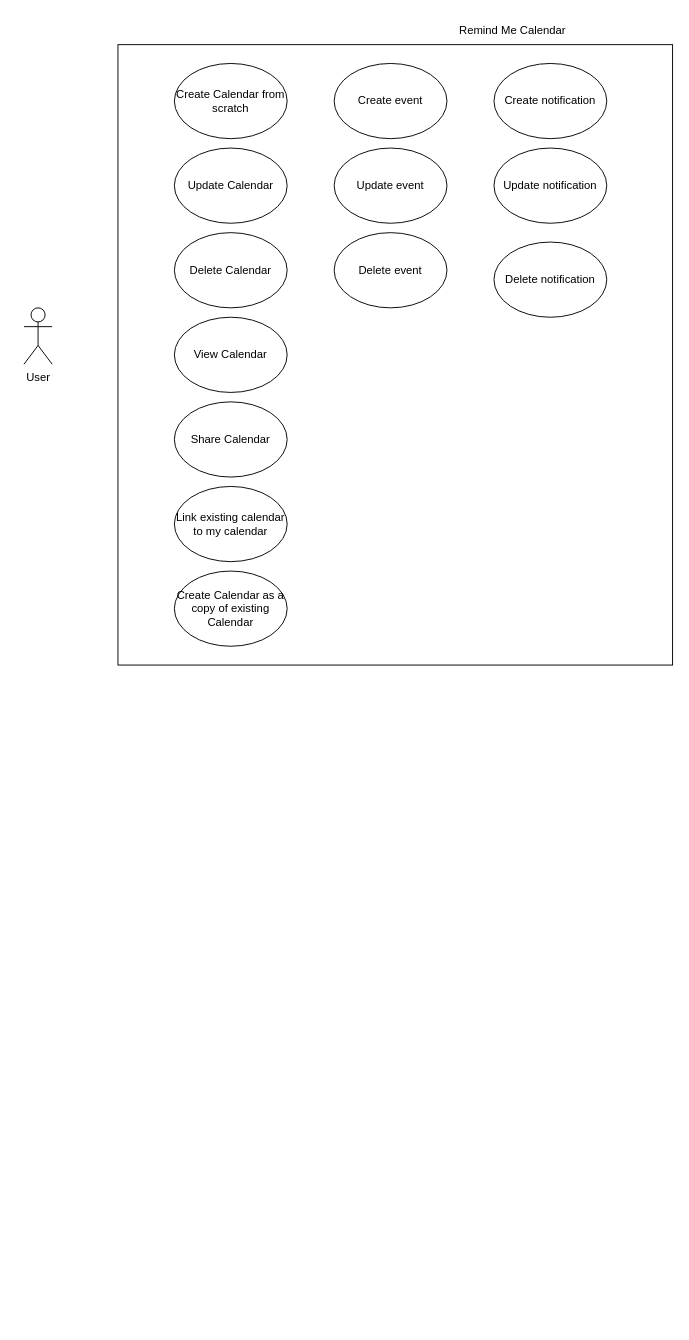
This is RemindMeCalendar.drawio from Jos1k/RemindMeCalendar.Diagrams, a draw.io file, before an edit. Source tidied: cells renumbered, new cells numbered last; positions are measured from the earlier drawing's top-left corner, leaving out a move shared by most shapes. Both pictures are drawn from the tidied source at 94%, with x=0, y=0 at pixel (24, 16).
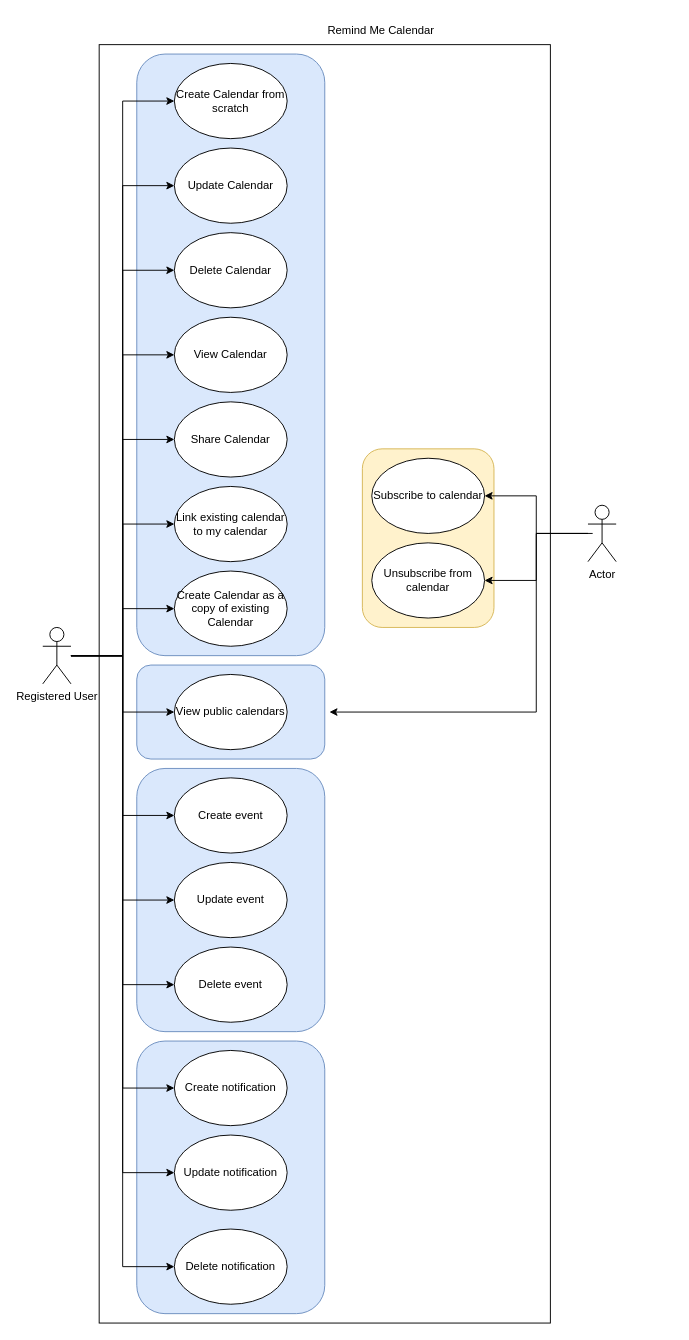
The same page after the edit.

Commit message:
Update Use Case

The change refers to these unchanged cells:
```xml
<mxCell id="5" value="Create Calendar from scratch" style="ellipse;whiteSpace=wrap;html=1;" parent="1" vertex="1">
  <mxGeometry x="160" y="50" width="120" height="80" as="geometry" />
</mxCell>
<mxCell id="6" value="Update Calendar" style="ellipse;whiteSpace=wrap;html=1;" parent="1" vertex="1">
  <mxGeometry x="160" y="140" width="120" height="80" as="geometry" />
</mxCell>
<mxCell id="8" value="View Calendar" style="ellipse;whiteSpace=wrap;html=1;" parent="1" vertex="1">
  <mxGeometry x="160" y="320" width="120" height="80" as="geometry" />
</mxCell>
<mxCell id="9" value="Delete Calendar" style="ellipse;whiteSpace=wrap;html=1;" parent="1" vertex="1">
  <mxGeometry x="160" y="230" width="120" height="80" as="geometry" />
</mxCell>
<mxCell id="10" value="Share Calendar" style="ellipse;whiteSpace=wrap;html=1;" parent="1" vertex="1">
  <mxGeometry x="160" y="410" width="120" height="80" as="geometry" />
</mxCell>
<mxCell id="11" value="Create Calendar as a copy of existing Calendar" style="ellipse;whiteSpace=wrap;html=1;" parent="1" vertex="1">
  <mxGeometry x="160" y="590" width="120" height="80" as="geometry" />
</mxCell>
<mxCell id="12" value="Link existing calendar to my calendar" style="ellipse;whiteSpace=wrap;html=1;" parent="1" vertex="1">
  <mxGeometry x="160" y="500" width="120" height="80" as="geometry" />
</mxCell>
```

Diff of the diagram source:
```diff
@@
+    <mxCell id="3" style="rounded=0;whiteSpace=wrap;html=1;" parent="1" vertex="1">
+      <mxGeometry x="80" y="30" width="480" height="1360" as="geometry" />
+    </mxCell>
+    <mxCell id="18" style="rounded=1;whiteSpace=wrap;html=1;fillColor=#dae8fc;strokeColor=#6c8ebf;" parent="1" vertex="1">
+      <mxGeometry x="120" y="690" width="200" height="100" as="geometry" />
+    </mxCell>
+    <mxCell id="19" style="rounded=1;whiteSpace=wrap;html=1;fillColor=#fff2cc;strokeColor=#d6b656;" parent="1" vertex="1">
+      <mxGeometry x="360" y="460" width="140" height="190" as="geometry" />
+    </mxCell>
+    <mxCell id="20" style="rounded=1;whiteSpace=wrap;html=1;fillColor=#dae8fc;strokeColor=#6c8ebf;" parent="1" vertex="1">
+      <mxGeometry x="120" y="1090" width="200" height="290" as="geometry" />
+    </mxCell>
+    <mxCell id="21" style="rounded=1;whiteSpace=wrap;html=1;fillColor=#dae8fc;strokeColor=#6c8ebf;" parent="1" vertex="1">
+      <mxGeometry x="120" y="800" width="200" height="280" as="geometry" />
+    </mxCell>
+    <mxCell id="22" style="rounded=1;whiteSpace=wrap;html=1;fillColor=#dae8fc;strokeColor=#6c8ebf;" parent="1" vertex="1">
+      <mxGeometry x="120" y="40" width="200" height="640" as="geometry" />
+    </mxCell>
+    <mxCell id="23" style="edgeStyle=orthogonalEdgeStyle;rounded=0;jettySize=auto;html=1;entryX=0;entryY=0.5;entryDx=0;entryDy=0;" parent="1" edge="1" source="2" target="6">
+      <mxGeometry relative="1" as="geometry" />
+    </mxCell>
+    <mxCell id="24" style="edgeStyle=orthogonalEdgeStyle;rounded=0;jettySize=auto;html=1;entryX=0;entryY=0.5;entryDx=0;entryDy=0;" parent="1" edge="1" source="2" target="9">
+      <mxGeometry relative="1" as="geometry" />
+    </mxCell>
+    <mxCell id="25" style="edgeStyle=orthogonalEdgeStyle;rounded=0;jettySize=auto;html=1;entryX=0;entryY=0.5;entryDx=0;entryDy=0;" parent="1" edge="1" source="2" target="8">
+      <mxGeometry relative="1" as="geometry" />
+    </mxCell>
+    <mxCell id="26" style="edgeStyle=orthogonalEdgeStyle;rounded=0;jettySize=auto;html=1;entryX=0;entryY=0.5;entryDx=0;entryDy=0;" parent="1" edge="1" source="2" target="10">
+      <mxGeometry relative="1" as="geometry" />
+    </mxCell>
+    <mxCell id="27" style="edgeStyle=orthogonalEdgeStyle;rounded=0;jettySize=auto;html=1;entryX=0;entryY=0.5;entryDx=0;entryDy=0;" parent="1" edge="1" source="2" target="12">
+      <mxGeometry relative="1" as="geometry" />
+    </mxCell>
+    <mxCell id="28" style="edgeStyle=orthogonalEdgeStyle;rounded=0;jettySize=auto;html=1;entryX=0;entryY=0.5;entryDx=0;entryDy=0;" parent="1" edge="1" source="2" target="11">
+      <mxGeometry relative="1" as="geometry" />
+    </mxCell>
+    <mxCell id="29" style="edgeStyle=orthogonalEdgeStyle;rounded=0;jettySize=auto;html=1;entryX=0;entryY=0.5;entryDx=0;entryDy=0;" parent="1" edge="1" source="2" target="13">
+      <mxGeometry relative="1" as="geometry" />
+    </mxCell>
+    <mxCell id="30" style="edgeStyle=orthogonalEdgeStyle;rounded=0;jettySize=auto;html=1;entryX=0;entryY=0.5;entryDx=0;entryDy=0;" parent="1" edge="1" source="2" target="14">
+      <mxGeometry relative="1" as="geometry" />
+    </mxCell>
+    <mxCell id="31" style="edgeStyle=orthogonalEdgeStyle;rounded=0;jettySize=auto;html=1;entryX=0;entryY=0.5;entryDx=0;entryDy=0;" parent="1" edge="1" source="2" target="15">
+      <mxGeometry relative="1" as="geometry" />
+    </mxCell>
+    <mxCell id="32" style="edgeStyle=orthogonalEdgeStyle;rounded=0;jettySize=auto;html=1;entryX=0;entryY=0.5;entryDx=0;entryDy=0;" parent="1" edge="1" source="2" target="7">
+      <mxGeometry relative="1" as="geometry" />
+    </mxCell>
+    <mxCell id="33" style="edgeStyle=orthogonalEdgeStyle;rounded=0;jettySize=auto;html=1;entryX=0;entryY=0.5;entryDx=0;entryDy=0;" parent="1" edge="1" source="2" target="5">
+      <mxGeometry relative="1" as="geometry" />
+    </mxCell>
+    <mxCell id="34" style="edgeStyle=orthogonalEdgeStyle;rounded=0;jettySize=auto;html=1;entryX=0;entryY=0.5;entryDx=0;entryDy=0;" parent="1" edge="1" source="2" target="16">
+      <mxGeometry relative="1" as="geometry" />
+    </mxCell>
+    <mxCell id="35" style="edgeStyle=orthogonalEdgeStyle;rounded=0;jettySize=auto;html=1;entryX=0;entryY=0.5;entryDx=0;entryDy=0;" parent="1" edge="1" source="2" target="17">
+      <mxGeometry relative="1" as="geometry" />
+    </mxCell>
+    <mxCell id="36" style="edgeStyle=orthogonalEdgeStyle;rounded=0;jettySize=auto;html=1;" parent="1" edge="1" source="2" target="43">
+      <mxGeometry relative="1" as="geometry" />
+    </mxCell>
-    <mxCell id="2" value="User" style="shape=umlActor;verticalLabelPosition=bottom;verticalAlign=top;html=1;outlineConnect=0;" parent="1" vertex="1">
-      <mxGeometry y="310" width="30" height="60" as="geometry" />
+    <mxCell id="2" value="Registered User" style="shape=umlActor;verticalLabelPosition=bottom;verticalAlign=top;html=1;outlineConnect=0;" parent="1" vertex="1">
+      <mxGeometry x="20" y="650" width="30" height="60" as="geometry" />
     </mxCell>
-    <mxCell id="3" style="rounded=0;whiteSpace=wrap;html=1;" parent="1" vertex="1">
-      <mxGeometry x="100" y="30" width="590" height="660" as="geometry" />
-    </mxCell>
     <mxCell id="4" value="Remind Me Calendar" style="text;html=1;strokeColor=none;fillColor=none;align=center;verticalAlign=middle;whiteSpace=wrap;rounded=0;" parent="1" vertex="1">
-      <mxGeometry x="460" width="120" height="30" as="geometry" />
+      <mxGeometry x="320" width="120" height="30" as="geometry" />
     </mxCell>
@@
     <mxCell id="7" value="Create notification" style="ellipse;whiteSpace=wrap;html=1;" parent="1" vertex="1">
-      <mxGeometry x="500" y="50" width="120" height="80" as="geometry" />
+      <mxGeometry x="160" y="1100" width="120" height="80" as="geometry" />
     </mxCell>
@@
     <mxCell id="13" value="Create event" style="ellipse;whiteSpace=wrap;html=1;" parent="1" vertex="1">
-      <mxGeometry x="330" y="50" width="120" height="80" as="geometry" />
+      <mxGeometry x="160" y="810" width="120" height="80" as="geometry" />
     </mxCell>
     <mxCell id="14" value="Update event" style="ellipse;whiteSpace=wrap;html=1;" parent="1" vertex="1">
-      <mxGeometry x="330" y="140" width="120" height="80" as="geometry" />
+      <mxGeometry x="160" y="900" width="120" height="80" as="geometry" />
     </mxCell>
     <mxCell id="15" value="Delete event" style="ellipse;whiteSpace=wrap;html=1;" parent="1" vertex="1">
-      <mxGeometry x="330" y="230" width="120" height="80" as="geometry" />
+      <mxGeometry x="160" y="990" width="120" height="80" as="geometry" />
     </mxCell>
     <mxCell id="16" value="Update notification" style="ellipse;whiteSpace=wrap;html=1;" parent="1" vertex="1">
-      <mxGeometry x="500" y="140" width="120" height="80" as="geometry" />
+      <mxGeometry x="160" y="1190" width="120" height="80" as="geometry" />
     </mxCell>
     <mxCell id="17" value="Delete notification" style="ellipse;whiteSpace=wrap;html=1;" parent="1" vertex="1">
-      <mxGeometry x="500" y="240" width="120" height="80" as="geometry" />
+      <mxGeometry x="160" y="1290" width="120" height="80" as="geometry" />
     </mxCell>
+    <mxCell id="37" style="edgeStyle=orthogonalEdgeStyle;rounded=0;jettySize=auto;html=1;" parent="1" edge="1" source="40" target="41">
+      <mxGeometry relative="1" as="geometry" />
+    </mxCell>
+    <mxCell id="38" style="edgeStyle=orthogonalEdgeStyle;rounded=0;jettySize=auto;html=1;" parent="1" edge="1" source="40" target="42">
+      <mxGeometry relative="1" as="geometry" />
+    </mxCell>
+    <mxCell id="39" style="edgeStyle=orthogonalEdgeStyle;rounded=0;orthogonalLoop=1;jettySize=auto;html=1;entryX=1;entryY=0.5;entryDx=0;entryDy=0;" parent="1" edge="1">
+      <mxGeometry relative="1" as="geometry">
+        <mxPoint x="605" y="550" as="sourcePoint" />
+        <mxPoint x="325" y="740" as="targetPoint" />
+        <Array as="points">
+          <mxPoint x="545" y="550" />
+          <mxPoint x="545" y="740" />
+        </Array>
+      </mxGeometry>
+    </mxCell>
+    <mxCell id="40" value="Actor" style="shape=umlActor;verticalLabelPosition=bottom;verticalAlign=top;html=1;outlineConnect=0;" parent="1" vertex="1">
+      <mxGeometry x="600" y="520" width="30" height="60" as="geometry" />
+    </mxCell>
+    <mxCell id="41" value="Subscribe to calendar" style="ellipse;whiteSpace=wrap;html=1;" parent="1" vertex="1">
+      <mxGeometry x="370" y="470" width="120" height="80" as="geometry" />
+    </mxCell>
+    <mxCell id="42" value="Unsubscribe from calendar" style="ellipse;whiteSpace=wrap;html=1;" parent="1" vertex="1">
+      <mxGeometry x="370" y="560" width="120" height="80" as="geometry" />
+    </mxCell>
+    <mxCell id="43" value="View public calendars" style="ellipse;whiteSpace=wrap;html=1;" parent="1" vertex="1">
+      <mxGeometry x="160" y="700" width="120" height="80" as="geometry" />
+    </mxCell>
```
